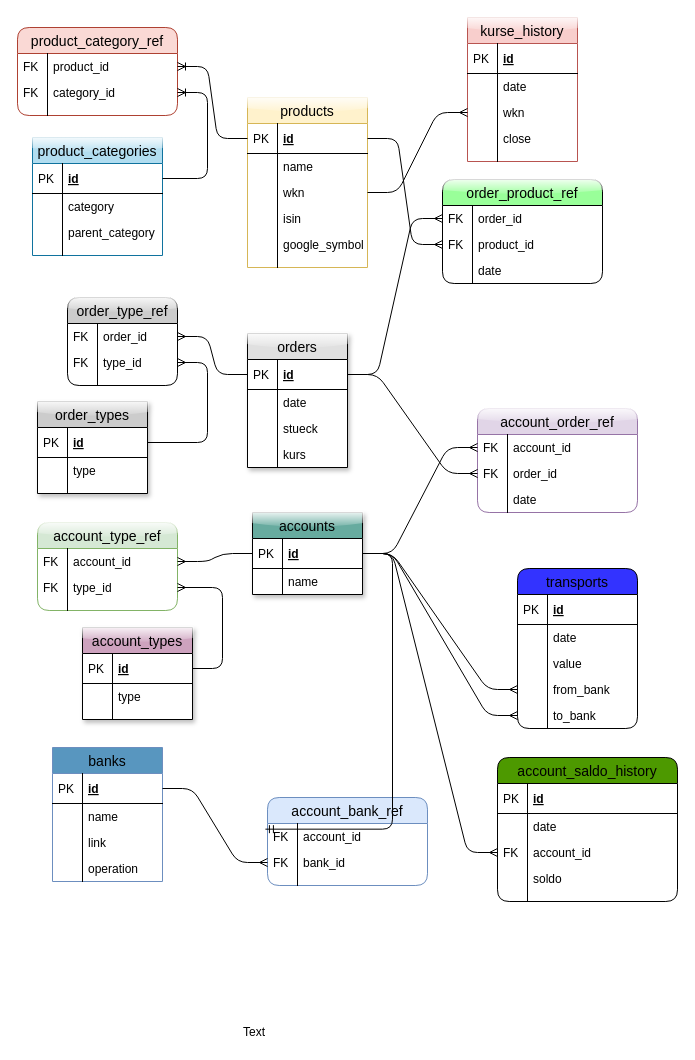
Earlier version of the draw.io diagram database/investment/design/relationships.drawio (l07p/pi_server). Source tidied: cells renumbered, new cells numbered last; positions are measured from the earlier drawing's top-left corner, leaving out a move shared by most shapes. Both pictures are drawn from the tidied source at 100%, with x=0, y=0 at pixel (17, 17).
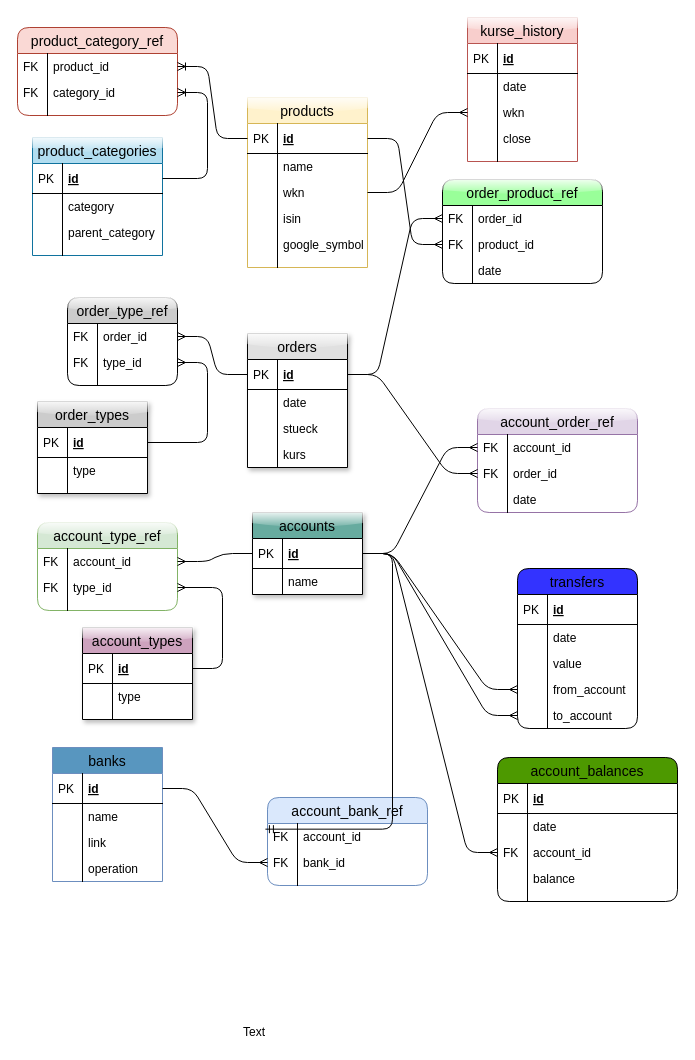
The same diagram, later.

Commit message (it also covers changes not shown here):
try to implement account classes

Change to the diagram source:
```diff
@@
-    <mxCell id="127" value="transports" style="swimlane;fontStyle=0;horizontal=1;startSize=26;fillColor=#3333FF;swimlaneFillColor=#ffffff;align=center;fontSize=14;rounded=1;" parent="1" vertex="1">
+    <mxCell id="127" value="transfers" style="swimlane;fontStyle=0;horizontal=1;startSize=26;fillColor=#3333FF;swimlaneFillColor=#ffffff;align=center;fontSize=14;rounded=1;" parent="1" vertex="1">
       <mxGeometry x="500" y="551" width="120" height="160" as="geometry" />
     </mxCell>
@@
-    <mxCell id="134" value="from_bank" style="shape=partialRectangle;top=0;left=0;right=0;bottom=0;align=left;verticalAlign=top;fillColor=none;spacingLeft=34;spacingRight=4;overflow=hidden;points=[[0,0.5],[1,0.5]];portConstraint=eastwest;fontSize=12;" parent="127" vertex="1">
+    <mxCell id="134" value="from_account" style="shape=partialRectangle;top=0;left=0;right=0;bottom=0;align=left;verticalAlign=top;fillColor=none;spacingLeft=34;spacingRight=4;overflow=hidden;points=[[0,0.5],[1,0.5]];portConstraint=eastwest;fontSize=12;" parent="127" vertex="1">
       <mxGeometry y="108" width="120" height="26" as="geometry" />
     </mxCell>
@@
-    <mxCell id="136" value="to_bank" style="shape=partialRectangle;top=0;left=0;right=0;bottom=0;align=left;verticalAlign=top;fillColor=none;spacingLeft=34;spacingRight=4;overflow=hidden;points=[[0,0.5],[1,0.5]];portConstraint=eastwest;fontSize=12;" parent="127" vertex="1">
+    <mxCell id="136" value="to_account" style="shape=partialRectangle;top=0;left=0;right=0;bottom=0;align=left;verticalAlign=top;fillColor=none;spacingLeft=34;spacingRight=4;overflow=hidden;points=[[0,0.5],[1,0.5]];portConstraint=eastwest;fontSize=12;" parent="127" vertex="1">
       <mxGeometry y="134" width="120" height="26" as="geometry" />
     </mxCell>
@@
-    <mxCell id="141" value="account_saldo_history" style="swimlane;fontStyle=0;horizontal=1;startSize=26;fillColor=#4D9900;swimlaneFillColor=#ffffff;align=center;fontSize=14;rounded=1;" parent="1" vertex="1">
+    <mxCell id="141" value="account_balances" style="swimlane;fontStyle=0;horizontal=1;startSize=26;fillColor=#4D9900;swimlaneFillColor=#ffffff;align=center;fontSize=14;rounded=1;" parent="1" vertex="1">
       <mxGeometry x="480" y="740" width="180" height="144" as="geometry" />
     </mxCell>
@@
-    <mxCell id="148" value="soldo" style="shape=partialRectangle;top=0;left=0;right=0;bottom=0;align=left;verticalAlign=top;fillColor=none;spacingLeft=34;spacingRight=4;overflow=hidden;fontSize=12;" parent="141" vertex="1">
+    <mxCell id="148" value="balance" style="shape=partialRectangle;top=0;left=0;right=0;bottom=0;align=left;verticalAlign=top;fillColor=none;spacingLeft=34;spacingRight=4;overflow=hidden;fontSize=12;" parent="141" vertex="1">
       <mxGeometry y="108" width="180" height="26" as="geometry" />
     </mxCell>
```
